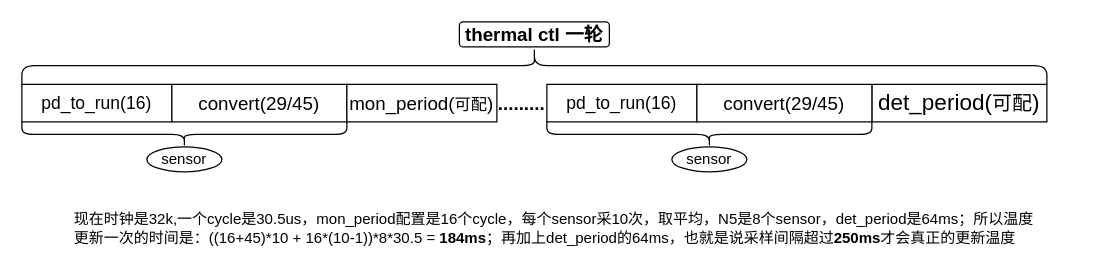
Earlier version of the draw.io diagram 未命名绘图.drawio (xw-yan/draw-io). Source tidied: cells renumbered, new cells numbered last; positions are measured from the earlier drawing's top-left corner, leaving out a move shared by most shapes. Both pictures are drawn from the tidied source at 125%, with x=0, y=0 at pixel (21, 21).
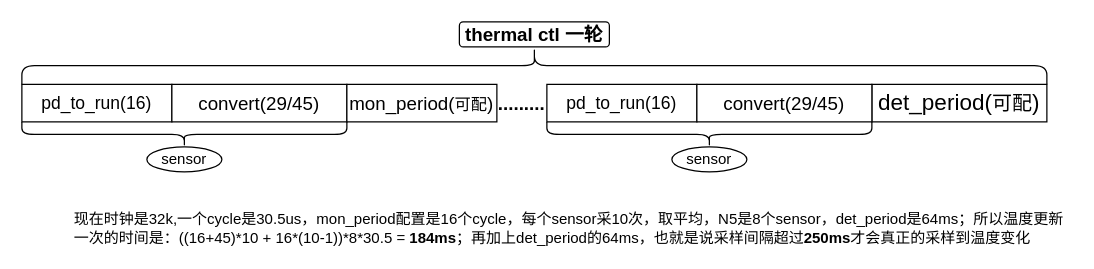
The same diagram, later.

Commit message (it also covers changes not shown here):
更新未命名绘图.drawio

Diff of the diagram source:
```diff
@@
 <mxGraphModel>
   <root>
     <mxCell id="0" />
     <mxCell id="1" parent="0" />
     <mxCell id="2" value="det_period(&lt;font style=&quot;font-size: 16px;&quot;&gt;可配&lt;/font&gt;)" style="rounded=0;whiteSpace=wrap;html=1;fontSize=18;" parent="1" vertex="1">
       <mxGeometry x="680" y="50" width="140" height="30" as="geometry" />
     </mxCell>
     <mxCell id="3" value="pd_to_run(16)" style="rounded=0;whiteSpace=wrap;html=1;fontSize=14;fontStyle=0;" parent="1" vertex="1">
       <mxGeometry y="50" width="120" height="30" as="geometry" />
     </mxCell>
     <mxCell id="4" value="convert(29/45)" style="rounded=0;whiteSpace=wrap;html=1;fontSize=15;" parent="1" vertex="1">
       <mxGeometry x="120" y="50" width="140" height="30" as="geometry" />
     </mxCell>
     <mxCell id="5" value="mon_period(&lt;font style=&quot;font-size: 13px;&quot;&gt;可配&lt;/font&gt;)" style="rounded=0;whiteSpace=wrap;html=1;fontSize=15;" parent="1" vertex="1">
       <mxGeometry x="260" y="50" width="120" height="30" as="geometry" />
     </mxCell>
     <mxCell id="6" style="shape=curlyBracket;whiteSpace=wrap;html=1;rounded=1;labelPosition=left;verticalLabelPosition=middle;align=right;verticalAlign=middle;direction=north;" parent="1" vertex="1">
       <mxGeometry y="80" width="260" height="20" as="geometry" />
     </mxCell>
     <mxCell id="7" value="sensor" style="ellipse;whiteSpace=wrap;html=1;" parent="1" vertex="1">
       <mxGeometry x="100" y="100" width="60" height="20" as="geometry" />
     </mxCell>
     <mxCell id="8" value="pd_to_run(16)" style="rounded=0;whiteSpace=wrap;html=1;fontSize=14;fontStyle=0;" parent="1" vertex="1">
       <mxGeometry x="420" y="50" width="120" height="30" as="geometry" />
     </mxCell>
     <mxCell id="9" value="convert(29/45)" style="rounded=0;whiteSpace=wrap;html=1;fontSize=15;" parent="1" vertex="1">
       <mxGeometry x="540" y="50" width="140" height="30" as="geometry" />
     </mxCell>
     <mxCell id="10" value="sensor" style="ellipse;whiteSpace=wrap;html=1;" parent="1" vertex="1">
       <mxGeometry x="520" y="100" width="60" height="20" as="geometry" />
     </mxCell>
     <mxCell id="11" value="........." style="text;html=1;align=center;verticalAlign=middle;whiteSpace=wrap;rounded=0;fontStyle=1;fontSize=15;" parent="1" vertex="1">
       <mxGeometry x="370" y="50" width="60" height="30" as="geometry" />
     </mxCell>
     <mxCell id="12" style="shape=curlyBracket;whiteSpace=wrap;html=1;rounded=1;labelPosition=left;verticalLabelPosition=middle;align=right;verticalAlign=middle;direction=north;" parent="1" vertex="1">
       <mxGeometry x="420" y="80" width="260" height="20" as="geometry" />
     </mxCell>
     <mxCell id="13" style="shape=curlyBracket;whiteSpace=wrap;html=1;rounded=1;labelPosition=left;verticalLabelPosition=middle;align=right;verticalAlign=middle;direction=south;" parent="1" vertex="1">
       <mxGeometry y="20" width="820" height="30" as="geometry" />
     </mxCell>
     <mxCell id="14" value="thermal ctl&amp;nbsp;一轮" style="rounded=1;whiteSpace=wrap;html=1;fontSize=15;fontStyle=1;" parent="1" vertex="1">
       <mxGeometry x="350" width="120" height="20" as="geometry" />
     </mxCell>
-    <mxCell id="15" value="现在时钟是32k,一个cycle是30.5us，mon_period配置是16个cycle，每个sensor采10次，取平均，N5是8个sensor，det_period是64ms；所以温度更新一次的时间是：((16+45)*10 + 16*(10-1))*8*30.5 = &lt;b&gt;184ms&lt;/b&gt;；再加上det_period的64ms，也就是说采样间隔超过&lt;b&gt;250ms&lt;/b&gt;才会真正的更新温度" style="text;html=1;align=left;verticalAlign=middle;whiteSpace=wrap;rounded=0;" parent="1" vertex="1">
-      <mxGeometry x="40" y="150" width="780" height="30" as="geometry" />
+    <mxCell id="15" value="现在时钟是32k,一个cycle是30.5us，mon_period配置是16个cycle，每个sensor采10次，取平均，N5是8个sensor，det_period是64ms；所以温度更新一次的时间是：((16+45)*10 + 16*(10-1))*8*30.5 = &lt;b&gt;184ms&lt;/b&gt;；再加上det_period的64ms，也就是说采样间隔超过&lt;b&gt;250ms&lt;/b&gt;才会真正的采样到温度变化" style="text;html=1;align=left;verticalAlign=middle;whiteSpace=wrap;rounded=0;" parent="1" vertex="1">
+      <mxGeometry x="40" y="150" width="800" height="30" as="geometry" />
     </mxCell>
   </root>
 </mxGraphModel>
```
